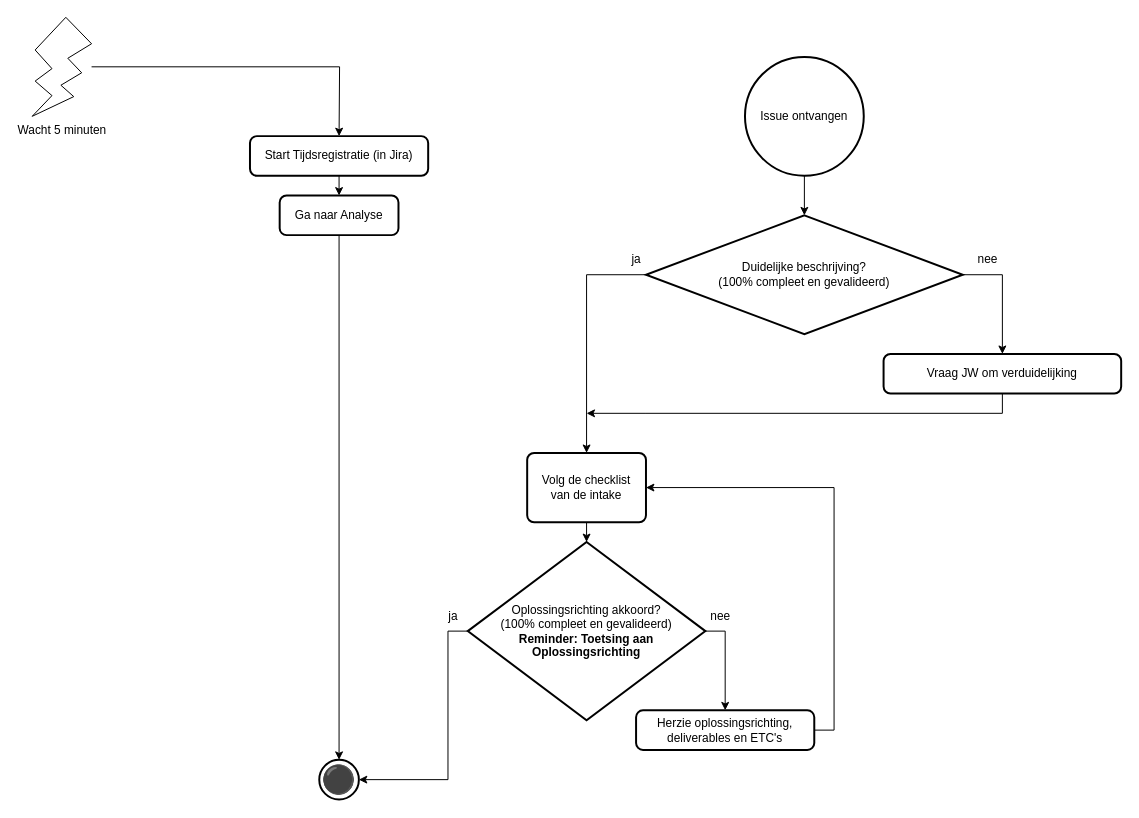
Zaibatsu89/IssueTracker keeps this draw.io diagram as 1 Issue Tracker intake.drawio. Above is the earlier version. Source tidied: cells renumbered, new cells numbered last; positions are measured from the earlier drawing's top-left corner, leaving out a move shared by most shapes. Both pictures are drawn from the tidied source at 99%, with x=0, y=0 at pixel (32, 17).
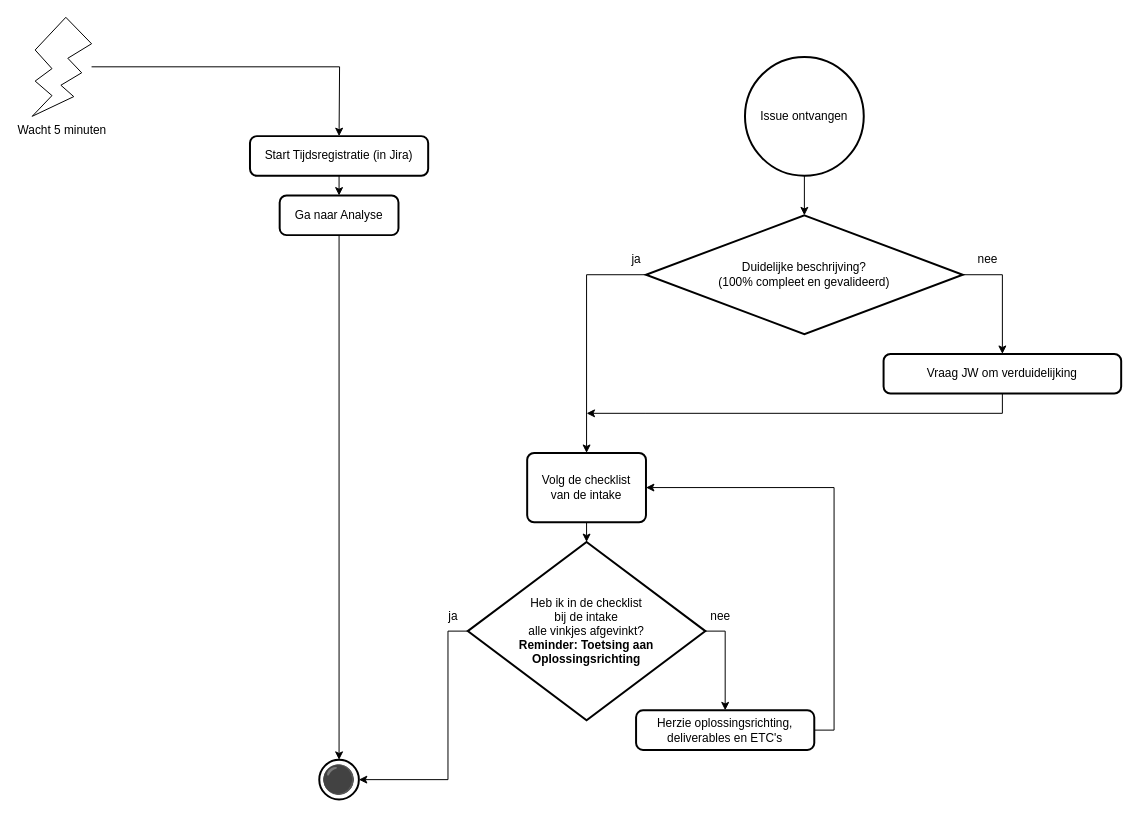
The same page after the edit.

Commit message (it also covers changes not shown here):
"Heb ik alle vinkjes volgens de checklist van de analyse afgevinkt?" in analyse flowchart, i.p.v. "Conclusie: ..."

The edit, as a diff of the source:
```diff
@@
-    <mxCell id="22" value="Oplossingsrichting akkoord?&lt;br&gt;(100% compleet en gevalideerd)&lt;br&gt;&lt;b&gt;Reminder: Toetsing aan Oplossingsrichting&lt;/b&gt;" style="strokeWidth=2;html=1;shape=mxgraph.flowchart.decision;whiteSpace=wrap;" parent="1" vertex="1">
+    <mxCell id="22" value="Heb ik in de checklist&lt;br&gt;bij de intake&lt;br&gt;alle vinkjes afgevinkt?&lt;br&gt;&lt;b&gt;Reminder: Toetsing aan Oplossingsrichting&lt;/b&gt;" style="strokeWidth=2;html=1;shape=mxgraph.flowchart.decision;whiteSpace=wrap;" parent="1" vertex="1">
       <mxGeometry x="440" y="530" width="240" height="180" as="geometry" />
     </mxCell>
```
